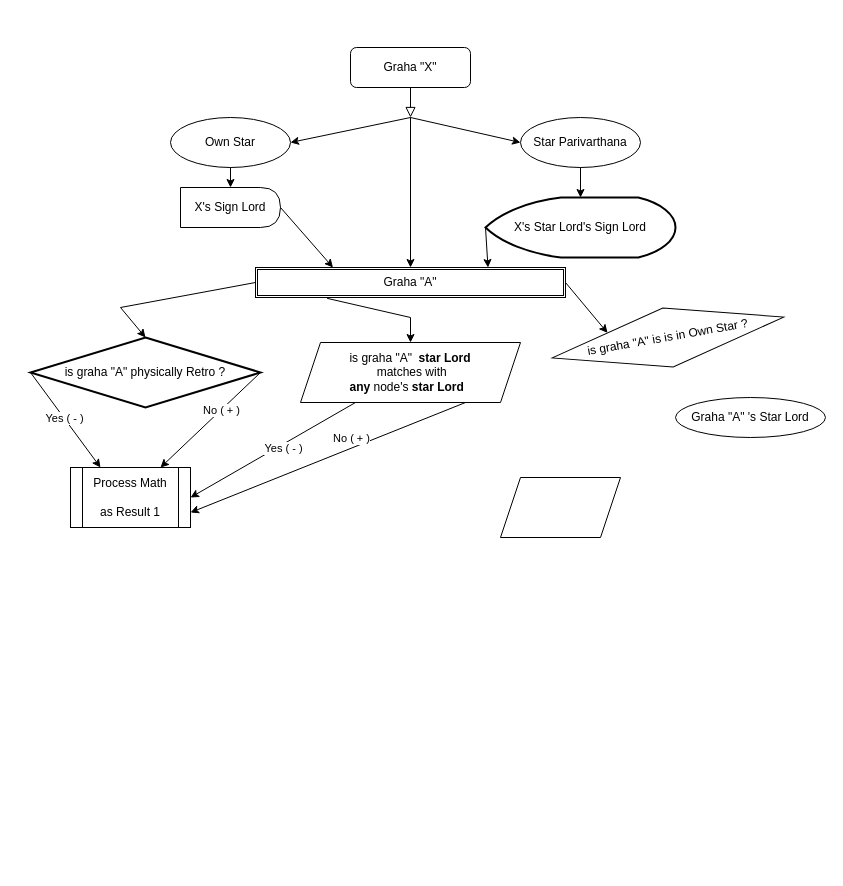
Before: retro/retro-new.drawio in appilivamsikrishna/drawings, a draw.io diagram. Source tidied: cells renumbered, new cells numbered last; positions are measured from the earlier drawing's top-left corner, leaving out a move shared by most shapes. Both pictures are drawn from the tidied source at 100%, with x=0, y=0 at pixel (30, 47).
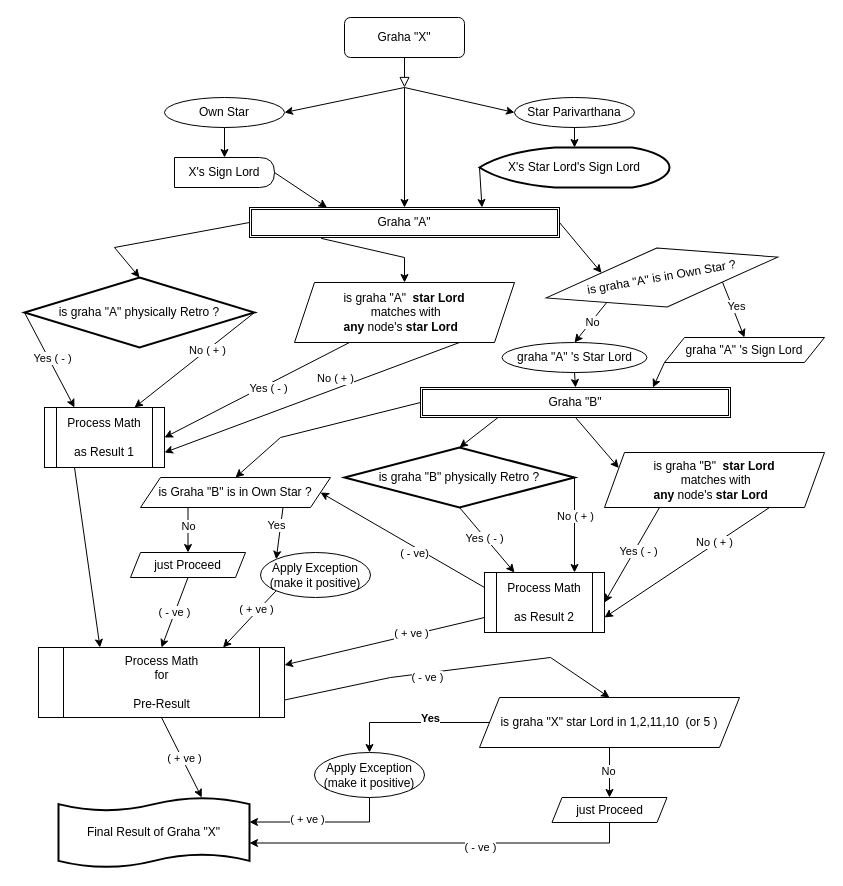
After the change.

Change to the diagram source:
```diff
@@
     <mxCell id="2" style="rounded=0;html=1;jettySize=auto;fontSize=11;endArrow=block;endFill=0;endSize=8;strokeWidth=1;shadow=0;labelBackgroundColor=none;edgeStyle=orthogonalEdgeStyle;" parent="1" edge="1" source="3">
       <mxGeometry relative="1" as="geometry">
-        <mxPoint x="380" y="70" as="targetPoint" />
+        <mxPoint x="374" y="40" as="targetPoint" />
       </mxGeometry>
     </mxCell>
     <mxCell id="3" value="Graha &quot;X&quot;" style="rounded=1;whiteSpace=wrap;html=1;fontSize=12;glass=0;strokeWidth=1;shadow=0;" parent="1" vertex="1">
-      <mxGeometry x="320" width="120" height="40" as="geometry" />
+      <mxGeometry x="314" y="-30" width="120" height="40" as="geometry" />
     </mxCell>
     <mxCell id="4" value="Own Star" style="ellipse;whiteSpace=wrap;html=1;" parent="1" vertex="1">
-      <mxGeometry x="140" y="70" width="120" height="50" as="geometry" />
+      <mxGeometry x="134" y="50" width="120" height="30" as="geometry" />
     </mxCell>
     <mxCell id="5" value="Star Parivarthana" style="ellipse;whiteSpace=wrap;html=1;" parent="1" vertex="1">
-      <mxGeometry x="490" y="70" width="120" height="50" as="geometry" />
+      <mxGeometry x="484" y="50" width="120" height="30" as="geometry" />
     </mxCell>
     <mxCell id="6" value="X's Sign Lord" style="shape=delay;whiteSpace=wrap;html=1;" parent="1" vertex="1">
-      <mxGeometry x="150" y="140" width="100" height="40" as="geometry" />
+      <mxGeometry x="144" y="110" width="100" height="30" as="geometry" />
     </mxCell>
     <mxCell id="7" value="X's Star Lord's Sign Lord" style="strokeWidth=2;html=1;shape=mxgraph.flowchart.display;whiteSpace=wrap;" parent="1" vertex="1">
-      <mxGeometry x="455" y="150" width="190" height="60" as="geometry" />
+      <mxGeometry x="449" y="100" width="190" height="40" as="geometry" />
     </mxCell>
@@
     <mxCell id="10" style="endArrow=classic;html=1;rounded=0;entryX=1;entryY=0.5;entryDx=0;entryDy=0;" parent="1" edge="1" target="4">
       <mxGeometry relative="1" as="geometry">
-        <mxPoint x="380" y="70" as="sourcePoint" />
+        <mxPoint x="374" y="40" as="sourcePoint" />
       </mxGeometry>
     </mxCell>
     <mxCell id="11" style="endArrow=classic;html=1;rounded=0;entryX=0;entryY=0.5;entryDx=0;entryDy=0;" parent="1" edge="1" target="5">
       <mxGeometry relative="1" as="geometry">
-        <mxPoint x="380" y="70" as="sourcePoint" />
+        <mxPoint x="374" y="40" as="sourcePoint" />
       </mxGeometry>
     </mxCell>
     <mxCell id="12" style="endArrow=classic;html=1;rounded=0;entryX=0.5;entryY=0;entryDx=0;entryDy=0;" parent="1" edge="1" target="13">
       <mxGeometry relative="1" as="geometry">
-        <mxPoint x="380" y="70" as="sourcePoint" />
+        <mxPoint x="374" y="40" as="sourcePoint" />
       </mxGeometry>
     </mxCell>
     <mxCell id="13" value="Graha &quot;A&quot;" style="shape=ext;double=1;rounded=0;whiteSpace=wrap;html=1;" parent="1" vertex="1">
-      <mxGeometry x="225" y="220" width="310" height="30" as="geometry" />
+      <mxGeometry x="219" y="160" width="310" height="30" as="geometry" />
     </mxCell>
@@
     <mxCell id="16" value="is graha &quot;A&quot; physically Retro ?" style="strokeWidth=2;html=1;shape=mxgraph.flowchart.decision;whiteSpace=wrap;" parent="1" vertex="1">
-      <mxGeometry y="290" width="230" height="70" as="geometry" />
+      <mxGeometry x="-6" y="230" width="230" height="70" as="geometry" />
     </mxCell>
     <mxCell id="17" style="endArrow=classic;html=1;rounded=0;exitX=0;exitY=0.5;exitDx=0;exitDy=0;entryX=0.5;entryY=0;entryDx=0;entryDy=0;entryPerimeter=0;" parent="1" edge="1" source="13" target="16">
       <mxGeometry relative="1" as="geometry">
         <Array as="points">
-          <mxPoint x="90" y="260" />
+          <mxPoint x="84" y="200" />
         </Array>
       </mxGeometry>
     </mxCell>
     <mxCell id="18" style="endArrow=classic;html=1;rounded=0;exitX=0.231;exitY=1.028;exitDx=0;exitDy=0;exitPerimeter=0;" parent="1" edge="1" source="13" target="28">
       <mxGeometry relative="1" as="geometry">
         <Array as="points">
-          <mxPoint x="380" y="270" />
+          <mxPoint x="374" y="210" />
         </Array>
       </mxGeometry>
     </mxCell>
@@
     <mxCell id="23" value="Process Math&lt;br&gt;&lt;br&gt;as Result 1" style="shape=process;whiteSpace=wrap;html=1;backgroundOutline=1;" parent="1" vertex="1">
-      <mxGeometry x="40" y="420" width="120" height="60" as="geometry" />
+      <mxGeometry x="14" y="360" width="120" height="60" as="geometry" />
     </mxCell>
@@
     <mxCell id="28" value="is graha &quot;A&quot;&amp;nbsp; &lt;b&gt;star Lord&lt;/b&gt;&lt;br&gt;&amp;nbsp;matches with&lt;br&gt;&amp;nbsp;&lt;b&gt;any &lt;/b&gt;node's &lt;b&gt;star Lord&lt;/b&gt;&amp;nbsp; &amp;nbsp;" style="shape=parallelogram;perimeter=parallelogramPerimeter;whiteSpace=wrap;html=1;fixedSize=1;" parent="1" vertex="1">
-      <mxGeometry x="270" y="295" width="220" height="60" as="geometry" />
+      <mxGeometry x="264" y="235" width="220" height="60" as="geometry" />
     </mxCell>
-    <mxCell id="29" value="is graha &quot;A&quot; is is in Own Star ?" style="rhombus;whiteSpace=wrap;html=1;rotation=-10;" parent="1" vertex="1">
-      <mxGeometry x="520" y="260" width="235" height="60" as="geometry" />
+    <mxCell id="29" value="is graha &quot;A&quot; is in Own Star ?" style="rhombus;whiteSpace=wrap;html=1;rotation=-10;" parent="1" vertex="1">
+      <mxGeometry x="514" y="200" width="235" height="60" as="geometry" />
     </mxCell>
@@
-    <mxCell id="31" value="Graha &quot;A&quot; 's Star Lord" style="ellipse;whiteSpace=wrap;html=1;" parent="1" vertex="1">
-      <mxGeometry x="645" y="350" width="150" height="40" as="geometry" />
+    <mxCell id="31" value="graha &quot;A&quot; 's Star Lord" style="ellipse;whiteSpace=wrap;html=1;" parent="1" vertex="1">
+      <mxGeometry x="471.5" y="295" width="145" height="30" as="geometry" />
     </mxCell>
-    <mxCell id="32" style="shape=parallelogram;perimeter=parallelogramPerimeter;whiteSpace=wrap;html=1;fixedSize=1;" parent="1" vertex="1">
-      <mxGeometry x="470" y="430" width="120" height="60" as="geometry" />
+    <mxCell id="32" value="graha &quot;A&quot; 's Sign Lord" style="shape=parallelogram;perimeter=parallelogramPerimeter;whiteSpace=wrap;html=1;fixedSize=1;" parent="1" vertex="1">
+      <mxGeometry x="634" y="290" width="160" height="25" as="geometry" />
     </mxCell>
+    <mxCell id="33" style="endArrow=classic;html=1;rounded=0;exitX=0;exitY=1;exitDx=0;exitDy=0;entryX=0.5;entryY=0;entryDx=0;entryDy=0;" parent="1" edge="1" source="29" target="31">
+      <mxGeometry relative="1" as="geometry" />
+    </mxCell>
+    <mxCell id="34" value="No" style="edgeLabel;html=1;align=center;verticalAlign=middle;" parent="33" vertex="1">
+      <mxGeometry x="-0.06" y="1" relative="1" as="geometry" />
+    </mxCell>
+    <mxCell id="35" style="endArrow=classic;html=1;rounded=0;exitX=1;exitY=1;exitDx=0;exitDy=0;entryX=0.5;entryY=0;entryDx=0;entryDy=0;" parent="1" edge="1" source="29" target="32">
+      <mxGeometry relative="1" as="geometry" />
+    </mxCell>
+    <mxCell id="36" value="Yes" style="edgeLabel;html=1;align=center;verticalAlign=middle;" parent="35" vertex="1">
+      <mxGeometry x="-0.1" y="4" relative="1" as="geometry" />
+    </mxCell>
+    <mxCell id="37" value="Graha &quot;B&quot;" style="shape=ext;double=1;rounded=0;whiteSpace=wrap;html=1;" parent="1" vertex="1">
+      <mxGeometry x="390" y="340" width="310" height="30" as="geometry" />
+    </mxCell>
+    <mxCell id="38" style="endArrow=classic;html=1;rounded=0;exitX=0.5;exitY=1;exitDx=0;exitDy=0;entryX=0.5;entryY=0;entryDx=0;entryDy=0;" parent="1" edge="1" source="31" target="37">
+      <mxGeometry relative="1" as="geometry" />
+    </mxCell>
+    <mxCell id="39" style="endArrow=classic;html=1;rounded=0;exitX=0;exitY=1;exitDx=0;exitDy=0;entryX=0.75;entryY=0;entryDx=0;entryDy=0;" parent="1" edge="1" source="32" target="37">
+      <mxGeometry relative="1" as="geometry" />
+    </mxCell>
+    <mxCell id="40" value="is graha &quot;B&quot; physically Retro ?" style="strokeWidth=2;html=1;shape=mxgraph.flowchart.decision;whiteSpace=wrap;" parent="1" vertex="1">
+      <mxGeometry x="314" y="400" width="230" height="60" as="geometry" />
+    </mxCell>
+    <mxCell id="41" style="endArrow=classic;html=1;rounded=0;exitX=1;exitY=0.5;exitDx=0;exitDy=0;exitPerimeter=0;entryX=0.75;entryY=0;entryDx=0;entryDy=0;" parent="1" edge="1" source="40" target="45">
+      <mxGeometry relative="1" as="geometry" />
+    </mxCell>
+    <mxCell id="42" value="No ( + )" style="edgeLabel;html=1;align=center;verticalAlign=middle;" parent="41" vertex="1">
+      <mxGeometry x="-0.2" relative="1" as="geometry" />
+    </mxCell>
+    <mxCell id="43" style="endArrow=classic;html=1;rounded=0;exitX=0.5;exitY=1;exitDx=0;exitDy=0;exitPerimeter=0;entryX=0.25;entryY=0;entryDx=0;entryDy=0;" parent="1" edge="1" source="40" target="45">
+      <mxGeometry relative="1" as="geometry" />
+    </mxCell>
+    <mxCell id="44" value="Yes ( - )" style="edgeLabel;html=1;align=center;verticalAlign=middle;" parent="43" vertex="1">
+      <mxGeometry x="-0.41" y="-2" relative="1" as="geometry">
+        <mxPoint x="10" y="10" as="offset" />
+      </mxGeometry>
+    </mxCell>
+    <mxCell id="45" value="Process Math&lt;br&gt;&lt;br&gt;as Result 2" style="shape=process;whiteSpace=wrap;html=1;backgroundOutline=1;" parent="1" vertex="1">
+      <mxGeometry x="454" y="525" width="120" height="60" as="geometry" />
+    </mxCell>
+    <mxCell id="46" style="endArrow=classic;html=1;rounded=0;entryX=1;entryY=0.5;entryDx=0;entryDy=0;exitX=0.25;exitY=1;exitDx=0;exitDy=0;" parent="1" edge="1" source="50" target="45">
+      <mxGeometry relative="1" as="geometry" />
+    </mxCell>
+    <mxCell id="47" value="Yes ( - )" style="edgeLabel;html=1;align=center;verticalAlign=middle;" parent="46" vertex="1">
+      <mxGeometry x="-0.11" y="3" relative="1" as="geometry" />
+    </mxCell>
+    <mxCell id="48" style="endArrow=classic;html=1;rounded=0;exitX=0.75;exitY=1;exitDx=0;exitDy=0;entryX=1;entryY=0.75;entryDx=0;entryDy=0;" parent="1" edge="1" source="50" target="45">
+      <mxGeometry relative="1" as="geometry" />
+    </mxCell>
+    <mxCell id="49" value="No ( + )" style="edgeLabel;html=1;align=center;verticalAlign=middle;" parent="48" vertex="1">
+      <mxGeometry x="0.06" y="2" relative="1" as="geometry">
+        <mxPoint x="31" y="-25" as="offset" />
+      </mxGeometry>
+    </mxCell>
+    <mxCell id="50" value="is graha &quot;B&quot;&amp;nbsp; &lt;b&gt;star Lord&lt;/b&gt;&lt;br&gt;&amp;nbsp;matches with&lt;br&gt;&amp;nbsp;&lt;b&gt;any &lt;/b&gt;node's &lt;b&gt;star Lord&lt;/b&gt;&amp;nbsp; &amp;nbsp;" style="shape=parallelogram;perimeter=parallelogramPerimeter;whiteSpace=wrap;html=1;fixedSize=1;" parent="1" vertex="1">
+      <mxGeometry x="574" y="405" width="220" height="55" as="geometry" />
+    </mxCell>
+    <mxCell id="51" style="endArrow=classic;html=1;rounded=0;entryX=0;entryY=0.25;entryDx=0;entryDy=0;exitX=0.5;exitY=1;exitDx=0;exitDy=0;" parent="1" edge="1" source="37" target="50">
+      <mxGeometry relative="1" as="geometry" />
+    </mxCell>
+    <mxCell id="52" style="endArrow=classic;html=1;rounded=0;entryX=0.5;entryY=0;entryDx=0;entryDy=0;entryPerimeter=0;exitX=0.25;exitY=1;exitDx=0;exitDy=0;" parent="1" edge="1" source="37" target="40">
+      <mxGeometry relative="1" as="geometry" />
+    </mxCell>
+    <mxCell id="53" value="is Graha &quot;B&quot; is in Own Star ?" style="shape=parallelogram;perimeter=parallelogramPerimeter;whiteSpace=wrap;html=1;fixedSize=1;" parent="1" vertex="1">
+      <mxGeometry x="110" y="430" width="190" height="30" as="geometry" />
+    </mxCell>
+    <mxCell id="54" style="endArrow=classic;html=1;rounded=0;exitX=0;exitY=0.5;exitDx=0;exitDy=0;entryX=0.5;entryY=0;entryDx=0;entryDy=0;" parent="1" edge="1" source="37" target="53">
+      <mxGeometry relative="1" as="geometry">
+        <Array as="points">
+          <mxPoint x="250" y="390" />
+        </Array>
+      </mxGeometry>
+    </mxCell>
+    <mxCell id="55" style="endArrow=classic;html=1;rounded=0;exitX=0.75;exitY=1;exitDx=0;exitDy=0;entryX=0;entryY=0;entryDx=0;entryDy=0;" parent="1" edge="1" source="53" target="59">
+      <mxGeometry relative="1" as="geometry" />
+    </mxCell>
+    <mxCell id="56" value="Yes" style="edgeLabel;html=1;align=center;verticalAlign=middle;" parent="55" vertex="1">
+      <mxGeometry x="-0.32" y="-3" relative="1" as="geometry">
+        <mxPoint x="-2" as="offset" />
+      </mxGeometry>
+    </mxCell>
+    <mxCell id="57" style="endArrow=classic;html=1;rounded=0;exitX=0;exitY=0.25;exitDx=0;exitDy=0;entryX=1;entryY=0.5;entryDx=0;entryDy=0;" parent="1" edge="1" source="45" target="53">
+      <mxGeometry relative="1" as="geometry" />
+    </mxCell>
+    <mxCell id="58" value="( - ve)" style="edgeLabel;html=1;align=center;verticalAlign=middle;" parent="57" vertex="1">
+      <mxGeometry x="-0.18" y="5" relative="1" as="geometry" />
+    </mxCell>
+    <mxCell id="59" value="Apply Exception&lt;br&gt;(make it positive)" style="ellipse;whiteSpace=wrap;html=1;" parent="1" vertex="1">
+      <mxGeometry x="230" y="505" width="110" height="45" as="geometry" />
+    </mxCell>
+    <mxCell id="60" style="endArrow=classic;html=1;rounded=0;exitX=0.25;exitY=1;exitDx=0;exitDy=0;entryX=0.5;entryY=0;entryDx=0;entryDy=0;" parent="1" edge="1" source="53" target="62">
+      <mxGeometry relative="1" as="geometry" />
+    </mxCell>
+    <mxCell id="61" value="No" style="edgeLabel;html=1;align=center;verticalAlign=middle;" parent="60" vertex="1">
+      <mxGeometry x="-0.5" y="1" relative="1" as="geometry">
+        <mxPoint x="-1" y="7" as="offset" />
+      </mxGeometry>
+    </mxCell>
+    <mxCell id="62" value="just Proceed" style="shape=parallelogram;perimeter=parallelogramPerimeter;whiteSpace=wrap;html=1;fixedSize=1;size=10;" parent="1" vertex="1">
+      <mxGeometry x="100" y="505" width="115" height="25" as="geometry" />
+    </mxCell>
+    <mxCell id="63" value="Process Math&lt;div&gt;for&lt;/div&gt;&lt;div&gt;&lt;br&gt;&lt;/div&gt;&lt;div&gt;Pre-Result&lt;/div&gt;" style="shape=process;whiteSpace=wrap;html=1;backgroundOutline=1;" parent="1" vertex="1">
+      <mxGeometry x="8" y="600" width="246" height="70" as="geometry" />
+    </mxCell>
+    <mxCell id="64" style="endArrow=classic;html=1;rounded=0;exitX=0.25;exitY=1;exitDx=0;exitDy=0;entryX=0.25;entryY=0;entryDx=0;entryDy=0;" parent="1" edge="1" source="23" target="63">
+      <mxGeometry relative="1" as="geometry" />
+    </mxCell>
+    <mxCell id="65" value="( - ve )" style="endArrow=classic;html=1;rounded=0;exitX=0.5;exitY=1;exitDx=0;exitDy=0;entryX=0.5;entryY=0;entryDx=0;entryDy=0;" parent="1" edge="1" source="62" target="63">
+      <mxGeometry relative="1" as="geometry" />
+    </mxCell>
+    <mxCell id="66" style="endArrow=classic;html=1;rounded=0;exitX=0;exitY=1;exitDx=0;exitDy=0;entryX=0.75;entryY=0;entryDx=0;entryDy=0;" parent="1" edge="1" source="59" target="63">
+      <mxGeometry relative="1" as="geometry" />
+    </mxCell>
+    <mxCell id="67" value="( + ve )" style="edgeLabel;html=1;align=center;verticalAlign=middle;" parent="66" vertex="1">
+      <mxGeometry x="-0.3" y="-2" relative="1" as="geometry" />
+    </mxCell>
+    <mxCell id="68" style="endArrow=classic;html=1;rounded=0;exitX=0;exitY=0.75;exitDx=0;exitDy=0;entryX=1;entryY=0.25;entryDx=0;entryDy=0;" parent="1" edge="1" source="45" target="63">
+      <mxGeometry relative="1" as="geometry" />
+    </mxCell>
+    <mxCell id="69" value="( + ve )" style="edgeLabel;html=1;align=center;verticalAlign=middle;" parent="68" vertex="1">
+      <mxGeometry x="-0.27" y="-2" relative="1" as="geometry" />
+    </mxCell>
+    <mxCell id="70" value="Final Result of Graha &quot;X&quot;" style="shape=tape;whiteSpace=wrap;html=1;strokeWidth=2;size=0.19;" parent="1" vertex="1">
+      <mxGeometry x="28" y="750" width="191" height="70" as="geometry" />
+    </mxCell>
+    <mxCell id="71" style="endArrow=classic;html=1;rounded=0;exitX=1;exitY=0.75;exitDx=0;exitDy=0;entryX=0.5;entryY=0;entryDx=0;entryDy=0;" parent="1" edge="1" source="63" target="79">
+      <mxGeometry relative="1" as="geometry">
+        <Array as="points">
+          <mxPoint x="360" y="630" />
+          <mxPoint x="520" y="610" />
+        </Array>
+      </mxGeometry>
+    </mxCell>
+    <mxCell id="72" value="( - ve )" style="edgeLabel;html=1;align=center;verticalAlign=middle;" parent="71" vertex="1">
+      <mxGeometry x="-0.15" y="-4" relative="1" as="geometry" />
+    </mxCell>
+    <mxCell id="73" style="endArrow=classic;html=1;rounded=0;exitX=0.5;exitY=1;exitDx=0;exitDy=0;entryX=0.75;entryY=0;entryDx=0;entryDy=0;entryPerimeter=0;" parent="1" edge="1" source="63" target="70">
+      <mxGeometry relative="1" as="geometry" />
+    </mxCell>
+    <mxCell id="74" value="( + ve )" style="edgeLabel;html=1;align=center;verticalAlign=middle;" parent="73" vertex="1">
+      <mxGeometry x="0.02" y="2" relative="1" as="geometry" />
+    </mxCell>
+    <mxCell id="75" style="edgeStyle=orthogonalEdgeStyle;rounded=0;jettySize=auto;html=1;exitX=0;exitY=0.5;exitDx=0;exitDy=0;entryX=0.5;entryY=0;entryDx=0;entryDy=0;" parent="1" edge="1" source="79" target="81">
+      <mxGeometry relative="1" as="geometry" />
+    </mxCell>
+    <mxCell id="76" value="Yes" style="edgeLabel;html=1;align=center;verticalAlign=middle;fontStyle=1;" parent="75" vertex="1">
+      <mxGeometry x="-0.15" y="3" relative="1" as="geometry">
+        <mxPoint x="4" y="-8" as="offset" />
+      </mxGeometry>
+    </mxCell>
+    <mxCell id="77" style="edgeStyle=orthogonalEdgeStyle;rounded=0;jettySize=auto;html=1;exitX=0.5;exitY=1;exitDx=0;exitDy=0;entryX=0.5;entryY=0;entryDx=0;entryDy=0;fontStyle=1;" parent="1" edge="1" source="79" target="80">
+      <mxGeometry relative="1" as="geometry" />
+    </mxCell>
+    <mxCell id="78" value="No" style="edgeLabel;html=1;align=center;verticalAlign=middle;" parent="77" vertex="1">
+      <mxGeometry x="-0.07" y="-2" relative="1" as="geometry" />
+    </mxCell>
+    <mxCell id="79" value="is graha &quot;X&quot; star Lord in 1,2,11,10&amp;nbsp; (or 5 )" style="shape=parallelogram;perimeter=parallelogramPerimeter;whiteSpace=wrap;html=1;fixedSize=1;" parent="1" vertex="1">
+      <mxGeometry x="449" y="650" width="260" height="50" as="geometry" />
+    </mxCell>
+    <mxCell id="80" value="just Proceed" style="shape=parallelogram;perimeter=parallelogramPerimeter;whiteSpace=wrap;html=1;fixedSize=1;size=10;" parent="1" vertex="1">
+      <mxGeometry x="521.5" y="750" width="115" height="25" as="geometry" />
+    </mxCell>
+    <mxCell id="81" value="Apply Exception&lt;br&gt;(make it positive)" style="ellipse;whiteSpace=wrap;html=1;" parent="1" vertex="1">
+      <mxGeometry x="284" y="705" width="110" height="45" as="geometry" />
+    </mxCell>
+    <mxCell id="82" style="edgeStyle=orthogonalEdgeStyle;rounded=0;jettySize=auto;html=1;exitX=0.5;exitY=1;exitDx=0;exitDy=0;entryX=1;entryY=0.35;entryDx=0;entryDy=0;entryPerimeter=0;" parent="1" edge="1" source="81" target="70">
+      <mxGeometry relative="1" as="geometry" />
+    </mxCell>
+    <mxCell id="83" value="( + ve )" style="edgeLabel;html=1;align=center;verticalAlign=middle;" parent="82" vertex="1">
+      <mxGeometry x="0.2" y="-3" relative="1" as="geometry" />
+    </mxCell>
+    <mxCell id="84" style="edgeStyle=orthogonalEdgeStyle;rounded=0;jettySize=auto;html=1;exitX=0.5;exitY=1;exitDx=0;exitDy=0;entryX=1;entryY=0.65;entryDx=0;entryDy=0;entryPerimeter=0;" parent="1" edge="1" source="80" target="70">
+      <mxGeometry relative="1" as="geometry" />
+    </mxCell>
+    <mxCell id="85" value="( - ve )" style="edgeLabel;html=1;align=center;verticalAlign=middle;" parent="84" vertex="1">
+      <mxGeometry x="-0.21" y="4" relative="1" as="geometry" />
+    </mxCell>
```
